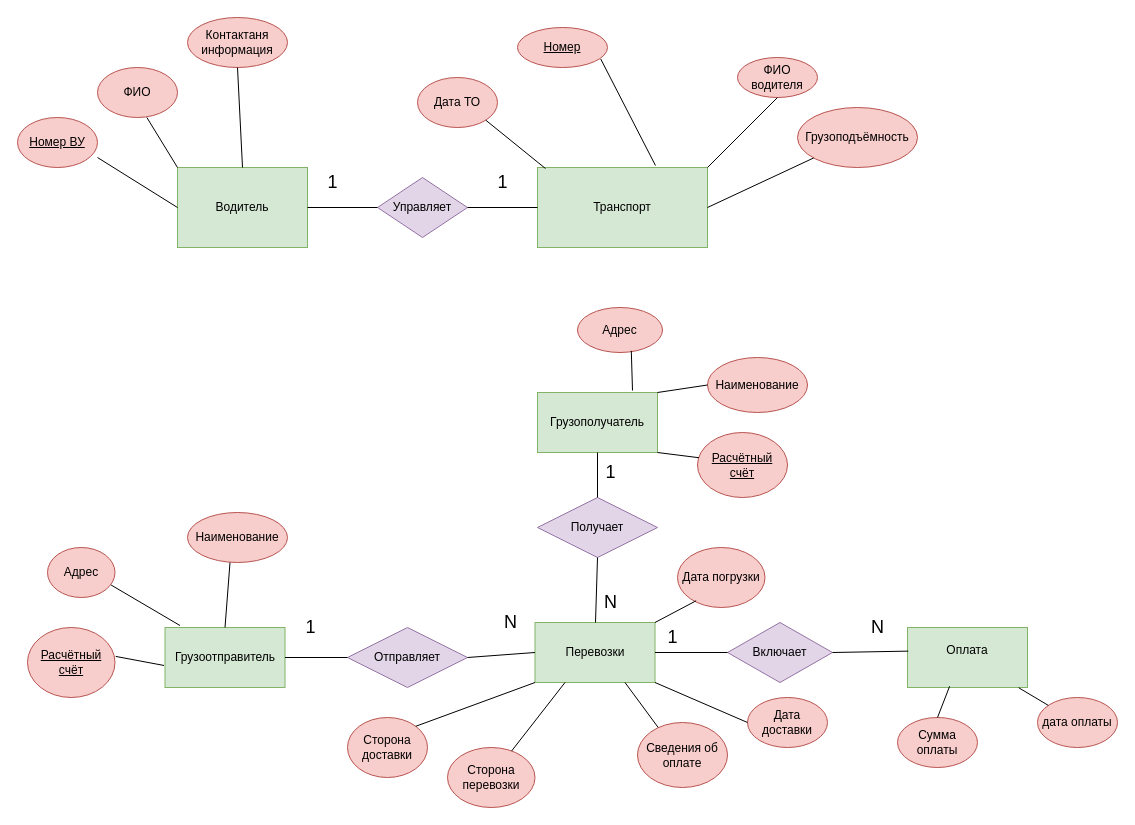
Above: Диаграмма Чена.drawio in alexej0000/Diagram (draw.io), before the change. Source tidied: cells renumbered, new cells numbered last; positions are measured from the earlier drawing's top-left corner, leaving out a move shared by most shapes. Both pictures are drawn from the tidied source at 100%, with x=0, y=0 at pixel (17, 17).
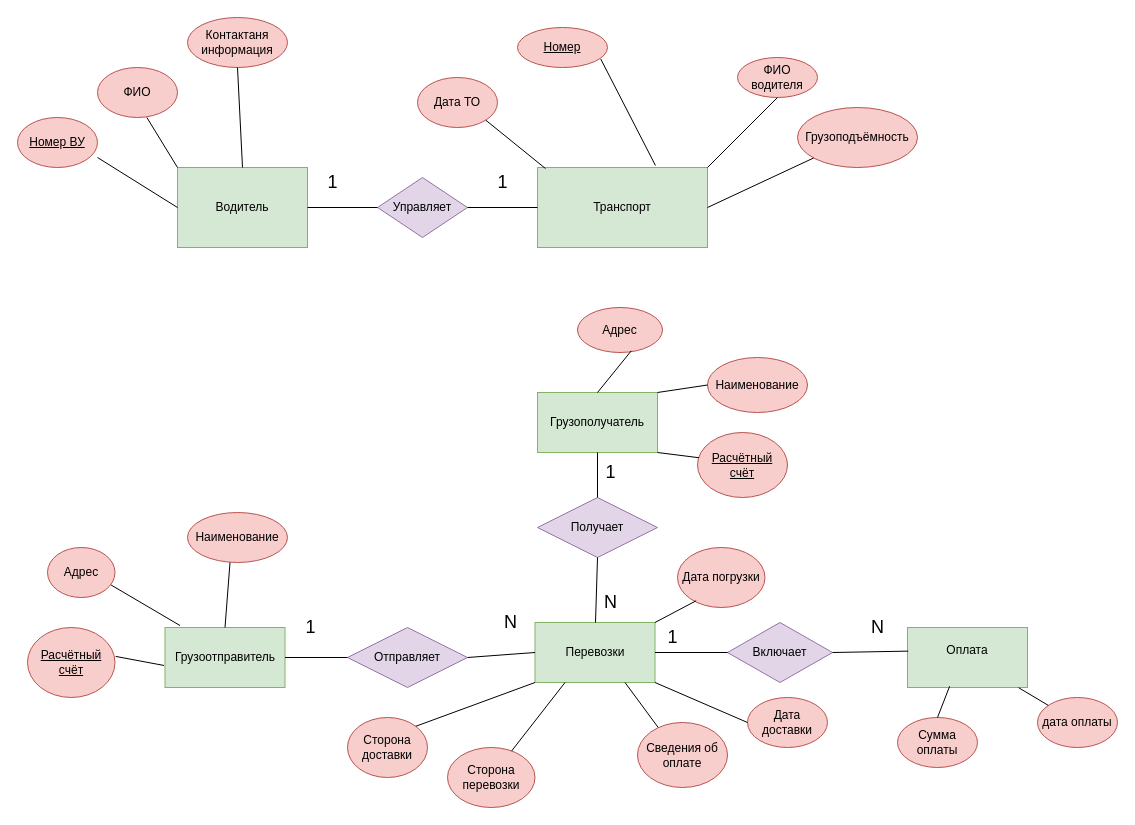
Above is the later version.

Unchanged cells that the change refers to:
```xml
<mxCell id="4" value="Грузополучатель" style="rounded=0;whiteSpace=wrap;html=1;fillColor=#d5e8d4;strokeColor=#82b366;" parent="1" vertex="1">
  <mxGeometry x="520" y="375" width="120" height="60" as="geometry" />
</mxCell>
<mxCell id="34" value="Адрес" style="ellipse;whiteSpace=wrap;html=1;fillColor=#f8cecc;strokeColor=#b85450;" parent="1" vertex="1">
  <mxGeometry x="560" y="290" width="85" height="45" as="geometry" />
</mxCell>
```

Diff of the diagram source:
```diff
@@
-    <mxCell id="36" style="endArrow=none;html=1;rounded=0;exitX=0.633;exitY=0.963;exitDx=0;exitDy=0;exitPerimeter=0;entryX=0.125;entryY=-0.033;entryDx=0;entryDy=0;entryPerimeter=0;" parent="1" edge="1" source="34">
-      <mxGeometry relative="1" as="geometry">
-        <mxPoint x="615" y="373" as="targetPoint" />
-      </mxGeometry>
+    <mxCell id="36" style="endArrow=none;html=1;rounded=0;exitX=0.633;exitY=0.963;exitDx=0;exitDy=0;exitPerimeter=0;entryX=0.5;entryY=0;entryDx=0;entryDy=0;" parent="1" edge="1" source="34" target="4">
+      <mxGeometry relative="1" as="geometry" />
     </mxCell>
```
